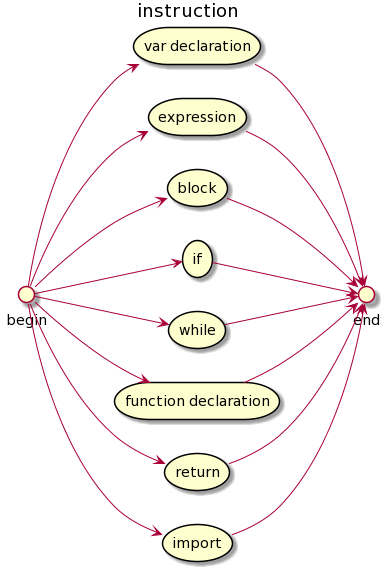
AndreyBezverkhniy/KVM keeps this PlantUML diagram as img/constructions/instruction.png. Above is the earlier version. The source it was exported from:
```plantuml
@startuml
left to right direction
title instruction

circle "begin" as BEGIN
circle "end" as END
storage "var declaration" as VAR
storage expression
storage block
storage if
storage while
storage "function declaration" as FUNC
storage return
storage import

BEGIN-->VAR
VAR-->END
BEGIN-->expression
expression-->END
BEGIN-->block
block-->END
BEGIN-->if
if-->END
BEGIN-->while
while-->END
BEGIN-->FUNC
FUNC-->END
BEGIN-->return
return-->END
BEGIN-->import
import-->END
@enduml
```
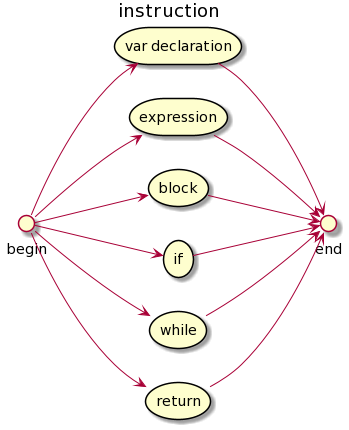
After the commit.

Diff of the diagram source:
```diff
@@ -9,9 +9,7 @@
 storage block
 storage if
 storage while
-storage "function declaration" as FUNC
 storage return
-storage import
 
 BEGIN-->VAR
 VAR-->END
@@ -23,10 +21,6 @@
 if-->END
 BEGIN-->while
 while-->END
-BEGIN-->FUNC
-FUNC-->END
 BEGIN-->return
 return-->END
-BEGIN-->import
-import-->END
 @enduml
```
